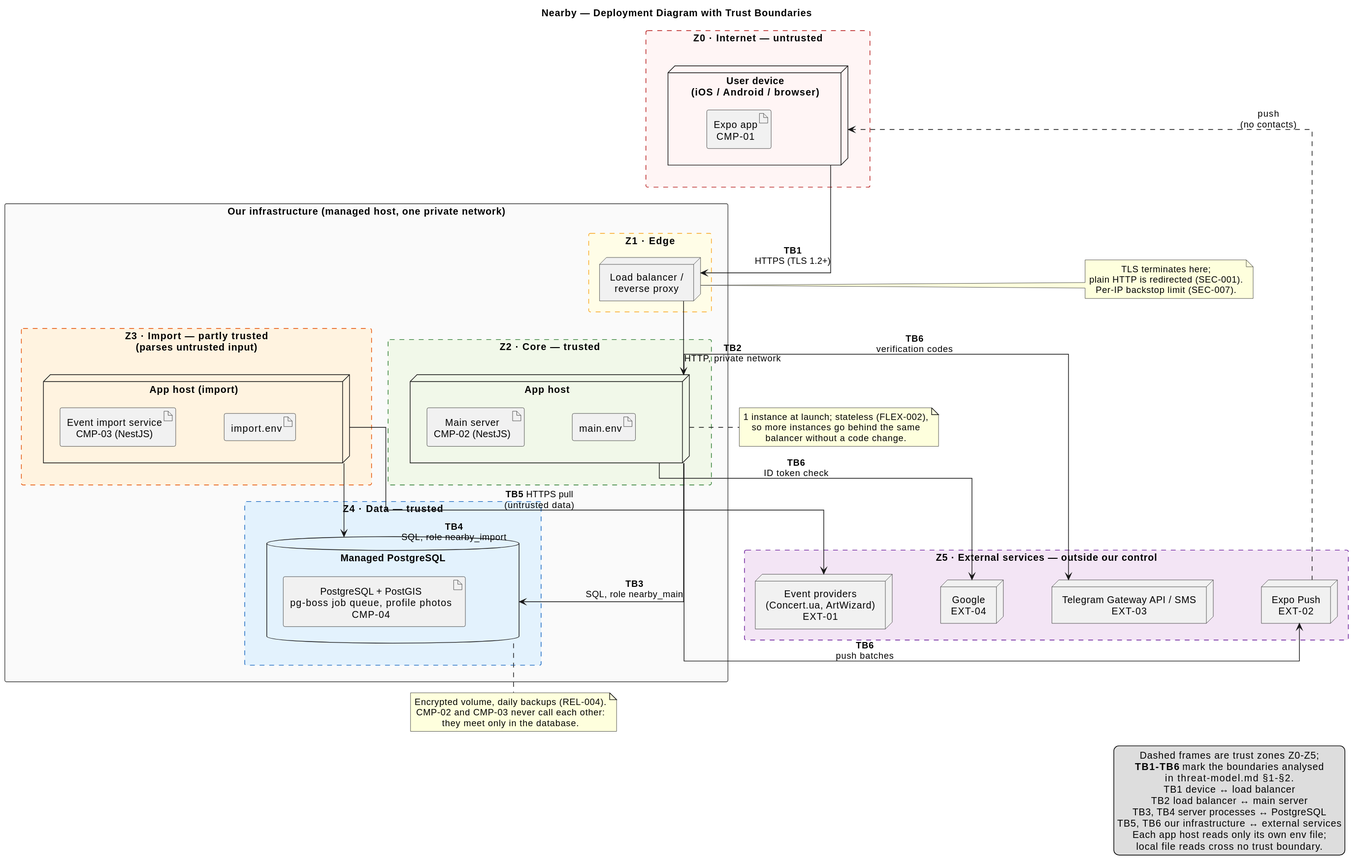
Before: docs/architecture/uml/rendered/deployment-diagram.svg, a diagram exported from PlantUML (ukma-fin-ssdm-2026/pun-intended-team).
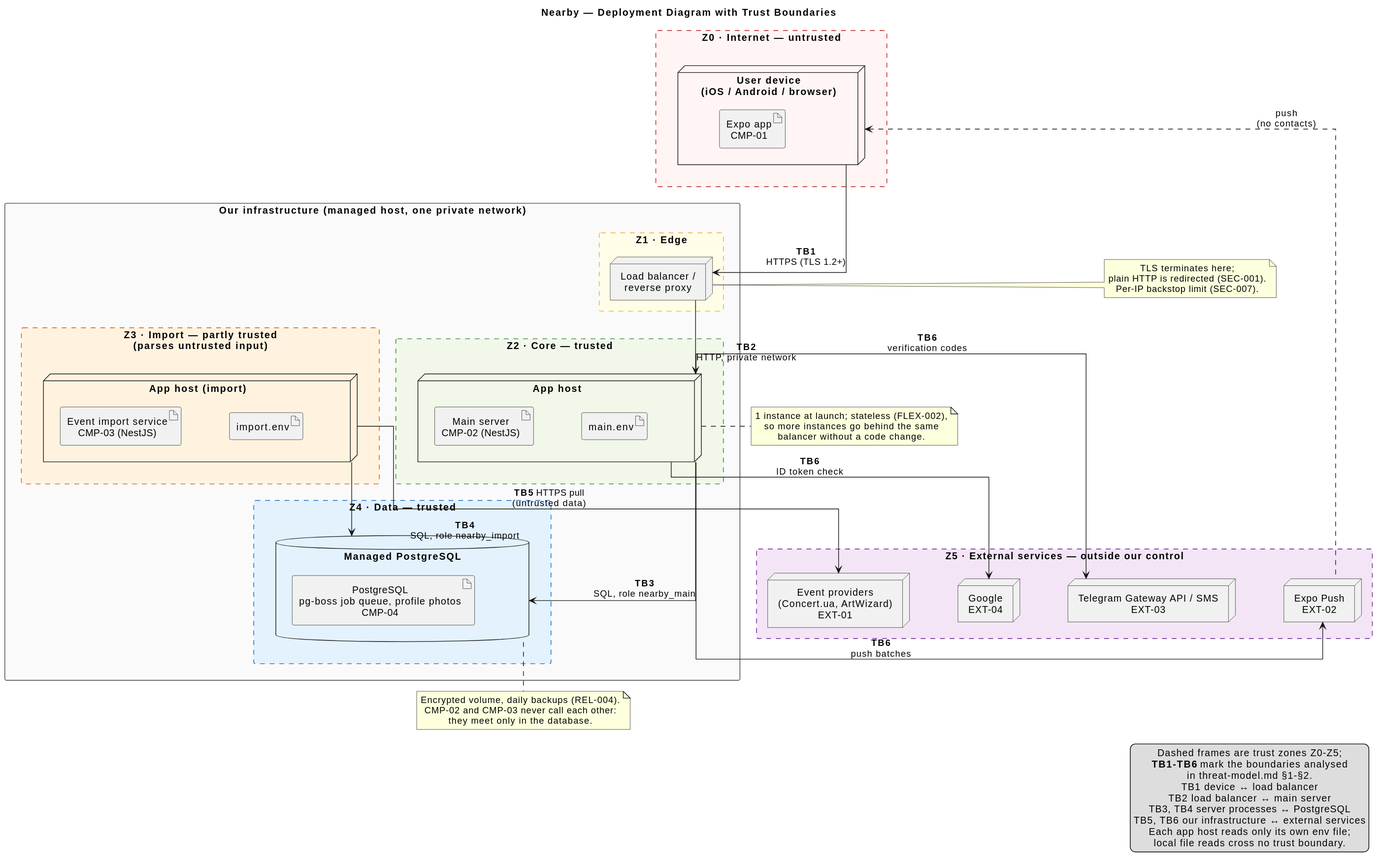
Later version of the same file.

Commit message:
(#187) In docs, make db without Postgis

What changed in the source:
```diff
@@ -35,7 +35,7 @@
 
   rectangle "Z4 · Data — trusted" as Z4 #E3F2FD;line:1565C0;line.dashed {
     database "Managed PostgreSQL" as db {
-      artifact "PostgreSQL + PostGIS\npg-boss job queue, profile photos\nCMP-04" as pg
+      artifact "PostgreSQL\npg-boss job queue, profile photos\nCMP-04" as pg
     }
   }
 }
```
